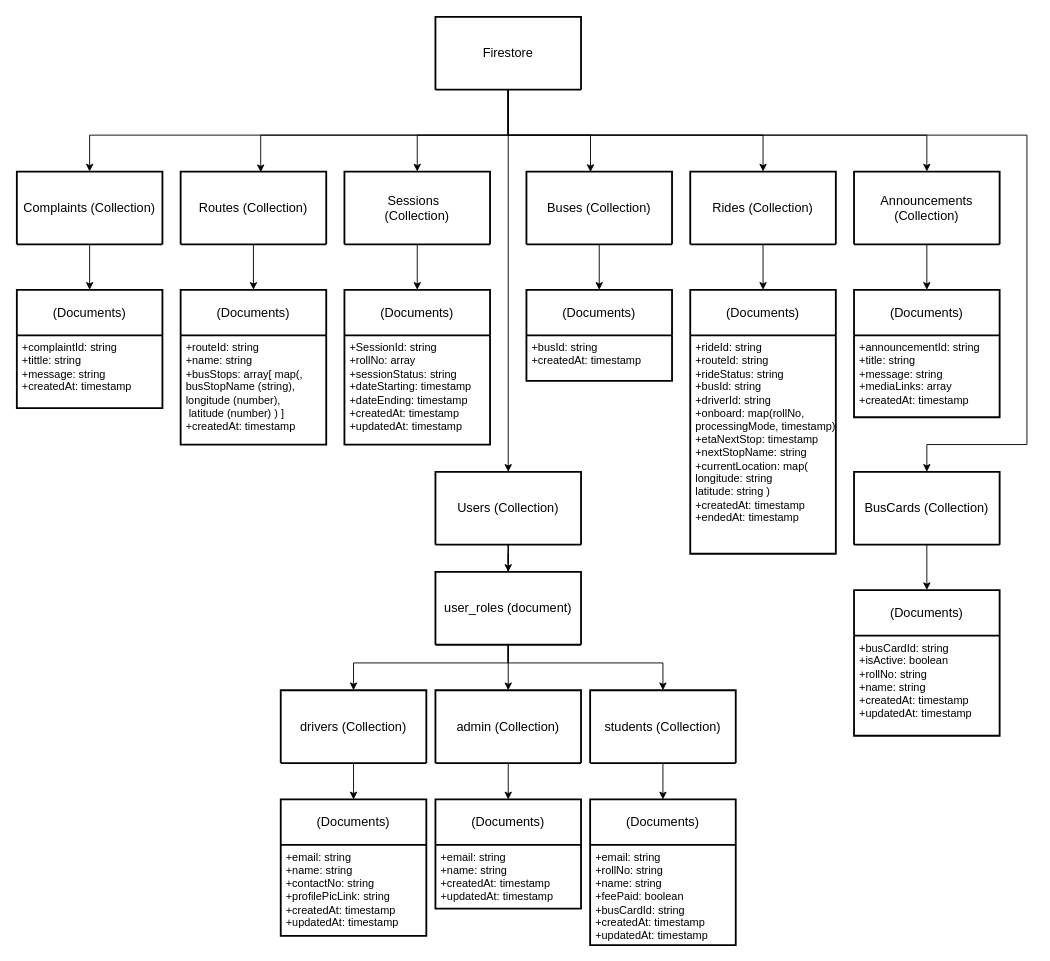
This is NTU Ride Pilot/Documentation/Diagrams/Database Design/database.drawio from Abubakar-doc/FYP-24-SE-A-204, a draw.io file, before an edit. Source tidied: cells renumbered, new cells numbered last; positions are measured from the earlier drawing's top-left corner, leaving out a move shared by most shapes. Both pictures are drawn from the tidied source at 91%, with x=0, y=0 at pixel (16, 16).
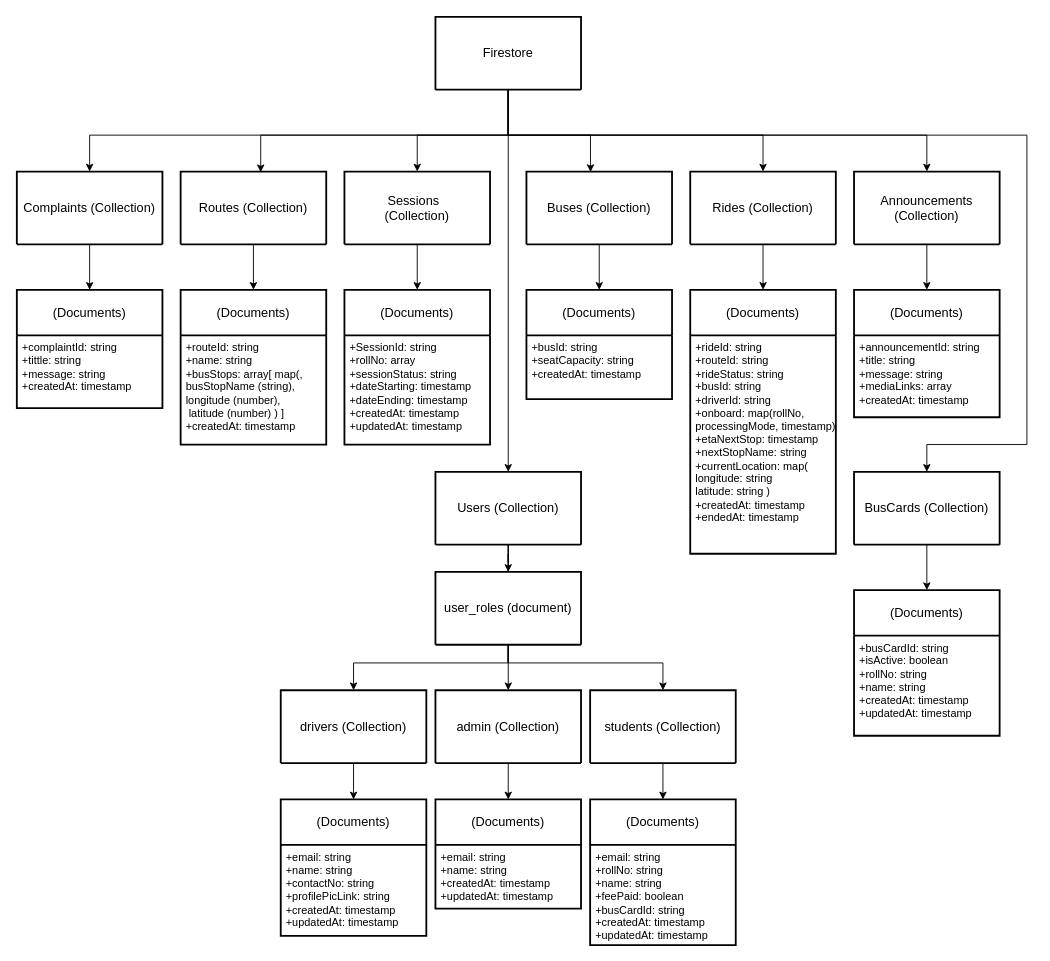
After the change.

Change to the diagram source:
```diff
@@
     <mxCell id="8" value="(Documents)" style="swimlane;horizontal=1;startSize=50;rounded=0;fontSize=14;fontStyle=0;strokeWidth=2;shadow=0;dashed=0;align=center;arcSize=4;whiteSpace=wrap;html=1;" parent="1" vertex="1">
-      <mxGeometry x="560" y="300" width="160" height="100" as="geometry" />
+      <mxGeometry x="560" y="300" width="160" height="120" as="geometry" />
     </mxCell>
-    <mxCell id="9" value="&lt;div&gt;&lt;span style=&quot;background-color: transparent; color: light-dark(rgb(0, 0, 0), rgb(255, 255, 255));&quot;&gt;+busId: string&lt;/span&gt;&lt;/div&gt;&lt;div&gt;      +createdAt: &lt;span class=&quot;hljs-type&quot;&gt;timestamp&lt;/span&gt;&lt;/div&gt;" style="align=left;strokeColor=none;fillColor=none;spacingLeft=4;fontSize=12;verticalAlign=top;html=1;rounded=0;" parent="8" vertex="1">
-      <mxGeometry y="50" width="160" height="50" as="geometry" />
+    <mxCell id="9" value="&lt;div&gt;&lt;span style=&quot;background-color: transparent; color: light-dark(rgb(0, 0, 0), rgb(255, 255, 255));&quot;&gt;+busId: string&lt;/span&gt;&lt;/div&gt;&lt;div&gt;&lt;span style=&quot;background-color: transparent; color: light-dark(rgb(0, 0, 0), rgb(255, 255, 255));&quot;&gt;+seatCapacity: string&lt;/span&gt;&lt;/div&gt;&lt;div&gt;      +createdAt: &lt;span class=&quot;hljs-type&quot;&gt;timestamp&lt;/span&gt;&lt;/div&gt;" style="align=left;strokeColor=none;fillColor=none;spacingLeft=4;fontSize=12;verticalAlign=top;html=1;rounded=0;" parent="8" vertex="1">
+      <mxGeometry y="50" width="160" height="70" as="geometry" />
     </mxCell>
```
